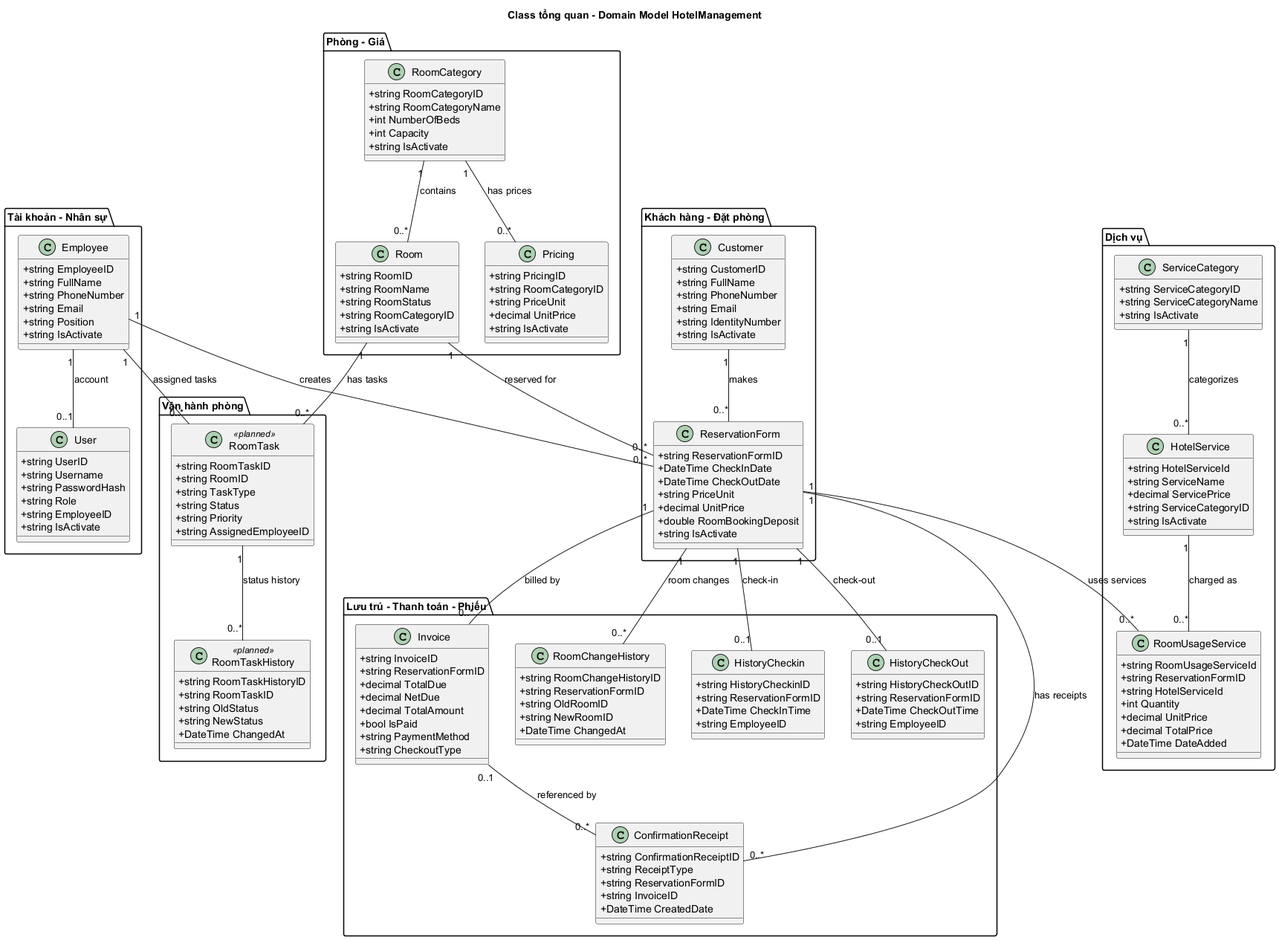
Before: docs/uml/images/class/Class_TongQuan_DomainModel.png, a diagram exported from PlantUML (hieud3663/UHotel). Source of this version:
```plantuml
@startuml Class_TongQuan_DomainModel
skinparam shadowing false
skinparam classAttributeIconSize 0
title Class tổng quan - Domain Model HotelManagement

package "Tài khoản - Nhân sự" {
  class User {
    +string UserID
    +string Username
    +string PasswordHash
    +string Role
    +string EmployeeID
    +string IsActivate
  }

  class Employee {
    +string EmployeeID
    +string FullName
    +string PhoneNumber
    +string Email
    +string Position
    +string IsActivate
  }
}

package "Khách hàng - Đặt phòng" {
  class Customer {
    +string CustomerID
    +string FullName
    +string PhoneNumber
    +string Email
    +string IdentityNumber
    +string IsActivate
  }

  class ReservationForm {
    +string ReservationFormID
    +DateTime CheckInDate
    +DateTime CheckOutDate
    +string PriceUnit
    +decimal UnitPrice
    +double RoomBookingDeposit
    +string IsActivate
  }
}

package "Phòng - Giá" {
  class RoomCategory {
    +string RoomCategoryID
    +string RoomCategoryName
    +int NumberOfBeds
    +int Capacity
    +string IsActivate
  }

  class Room {
    +string RoomID
    +string RoomName
    +string RoomStatus
    +string RoomCategoryID
    +string IsActivate
  }

  class Pricing {
    +string PricingID
    +string RoomCategoryID
    +string PriceUnit
    +decimal UnitPrice
    +string IsActivate
  }
}

package "Dịch vụ" {
  class ServiceCategory {
    +string ServiceCategoryID
    +string ServiceCategoryName
    +string IsActivate
  }

  class HotelService {
    +string HotelServiceId
    +string ServiceName
    +decimal ServicePrice
    +string ServiceCategoryID
    +string IsActivate
  }

  class RoomUsageService {
    +string RoomUsageServiceId
    +string ReservationFormID
    +string HotelServiceId
    +int Quantity
    +decimal UnitPrice
    +decimal TotalPrice
    +DateTime DateAdded
  }
}

package "Lưu trú - Thanh toán - Phiếu" {
  class HistoryCheckin {
    +string HistoryCheckinID
    +string ReservationFormID
    +DateTime CheckInTime
    +string EmployeeID
  }

  class HistoryCheckOut {
    +string HistoryCheckOutID
    +string ReservationFormID
    +DateTime CheckOutTime
    +string EmployeeID
  }

  class Invoice {
    +string InvoiceID
    +string ReservationFormID
    +decimal TotalDue
    +decimal NetDue
    +decimal TotalAmount
    +bool IsPaid
    +string PaymentMethod
    +string CheckoutType
  }

  class ConfirmationReceipt {
    +string ConfirmationReceiptID
    +string ReceiptType
    +string ReservationFormID
    +string InvoiceID
    +DateTime CreatedDate
  }

  class RoomChangeHistory {
    +string RoomChangeHistoryID
    +string ReservationFormID
    +string OldRoomID
    +string NewRoomID
    +DateTime ChangedAt
  }
}

package "Vận hành phòng" {
  class RoomTask <<planned>> {
    +string RoomTaskID
    +string RoomID
    +string TaskType
    +string Status
    +string Priority
    +string AssignedEmployeeID
  }

  class RoomTaskHistory <<planned>> {
    +string RoomTaskHistoryID
    +string RoomTaskID
    +string OldStatus
    +string NewStatus
    +DateTime ChangedAt
  }
}

Employee "1" -- "0..1" User : account
Customer "1" -- "0..*" ReservationForm : makes
Employee "1" -- "0..*" ReservationForm : creates
Room "1" -- "0..*" ReservationForm : reserved for
RoomCategory "1" -- "0..*" Room : contains
RoomCategory "1" -- "0..*" Pricing : has prices
ServiceCategory "1" -- "0..*" HotelService : categorizes
ReservationForm "1" -- "0..1" HistoryCheckin : check-in
ReservationForm "1" -- "0..1" HistoryCheckOut : check-out
ReservationForm "1" -- "0..*" RoomUsageService : uses services
HotelService "1" -- "0..*" RoomUsageService : charged as
ReservationForm "1" -- "0..*" Invoice : billed by
Invoice "0..1" -- "0..*" ConfirmationReceipt : referenced by
ReservationForm "1" -- "0..*" ConfirmationReceipt : has receipts
ReservationForm "1" -- "0..*" RoomChangeHistory : room changes
Room "1" -- "0..*" RoomTask : has tasks
Employee "1" -- "0..*" RoomTask : assigned tasks
RoomTask "1" -- "0..*" RoomTaskHistory : status history
@enduml
```
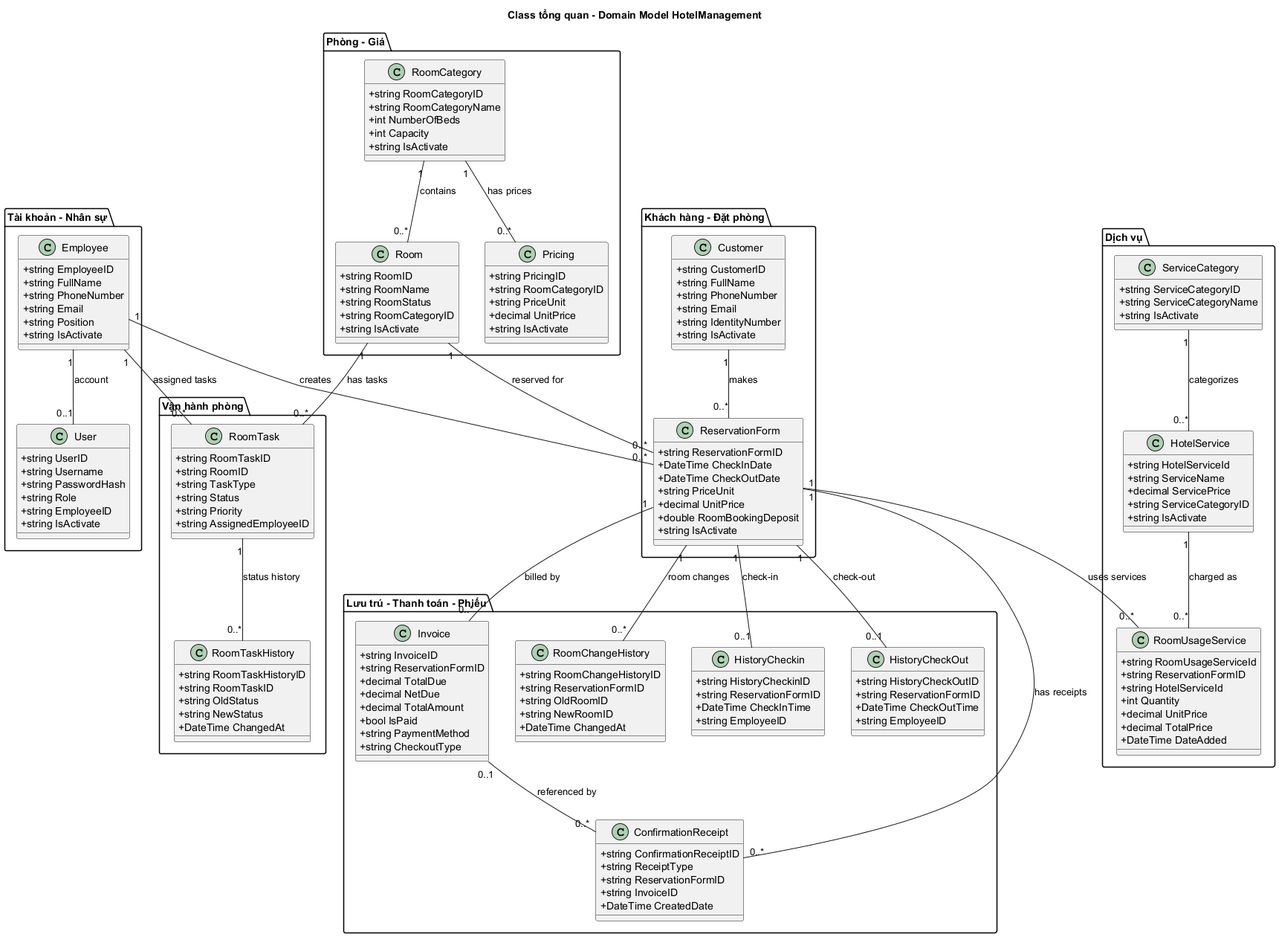
After the change.

Change to the diagram source:
```diff
@@ -140,7 +140,7 @@
 }
 
 package "Vận hành phòng" {
-  class RoomTask <<planned>> {
+  class RoomTask {
     +string RoomTaskID
     +string RoomID
     +string TaskType
@@ -149,7 +149,7 @@
     +string AssignedEmployeeID
   }
 
-  class RoomTaskHistory <<planned>> {
+  class RoomTaskHistory {
     +string RoomTaskHistoryID
     +string RoomTaskID
     +string OldStatus
```
